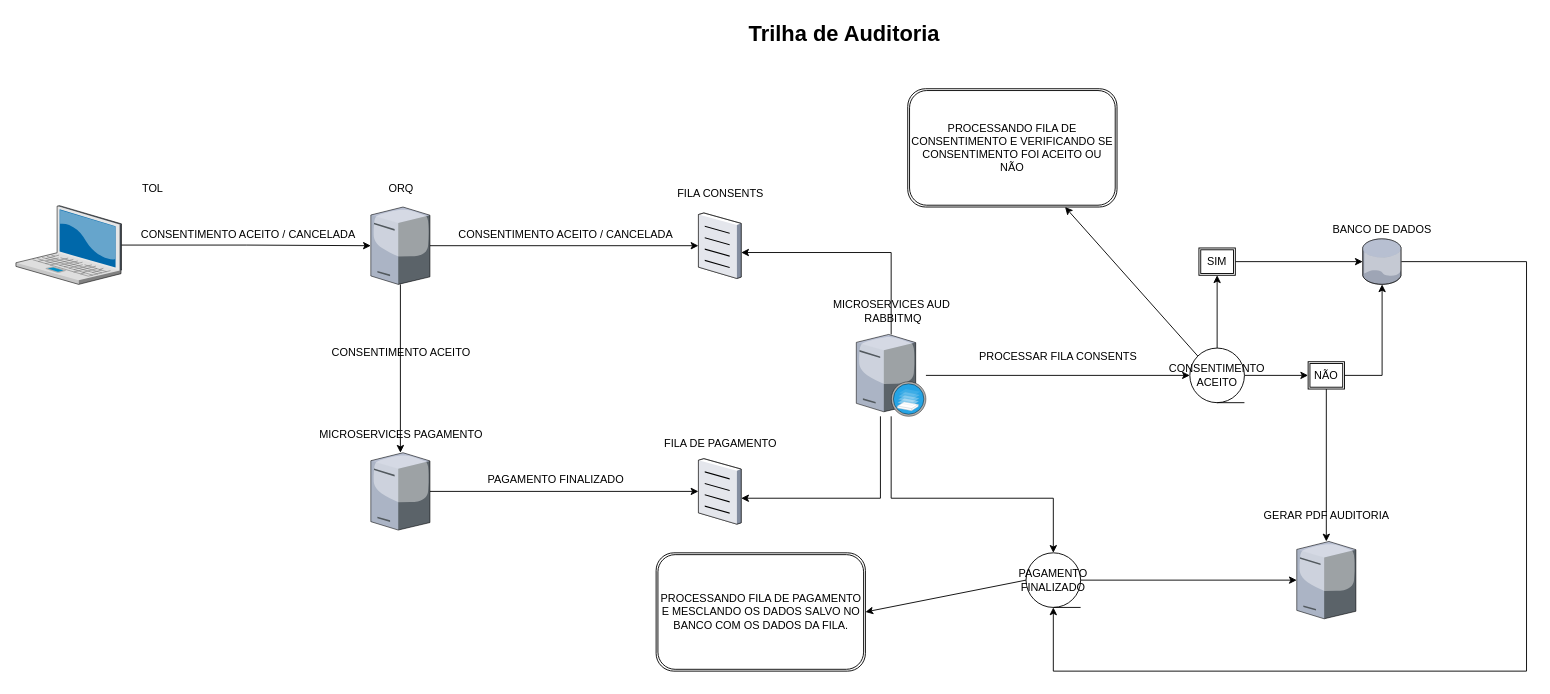
jhonathangimenes/RabbitMQ keeps this draw.io diagram as Untitled Diagram.drawio. Above is the earlier version. Source tidied: cells renumbered, new cells numbered last; positions are measured from the earlier drawing's top-left corner, leaving out a move shared by most shapes. Both pictures are drawn from the tidied source at 91%, with x=0, y=0 at pixel (15, 15).
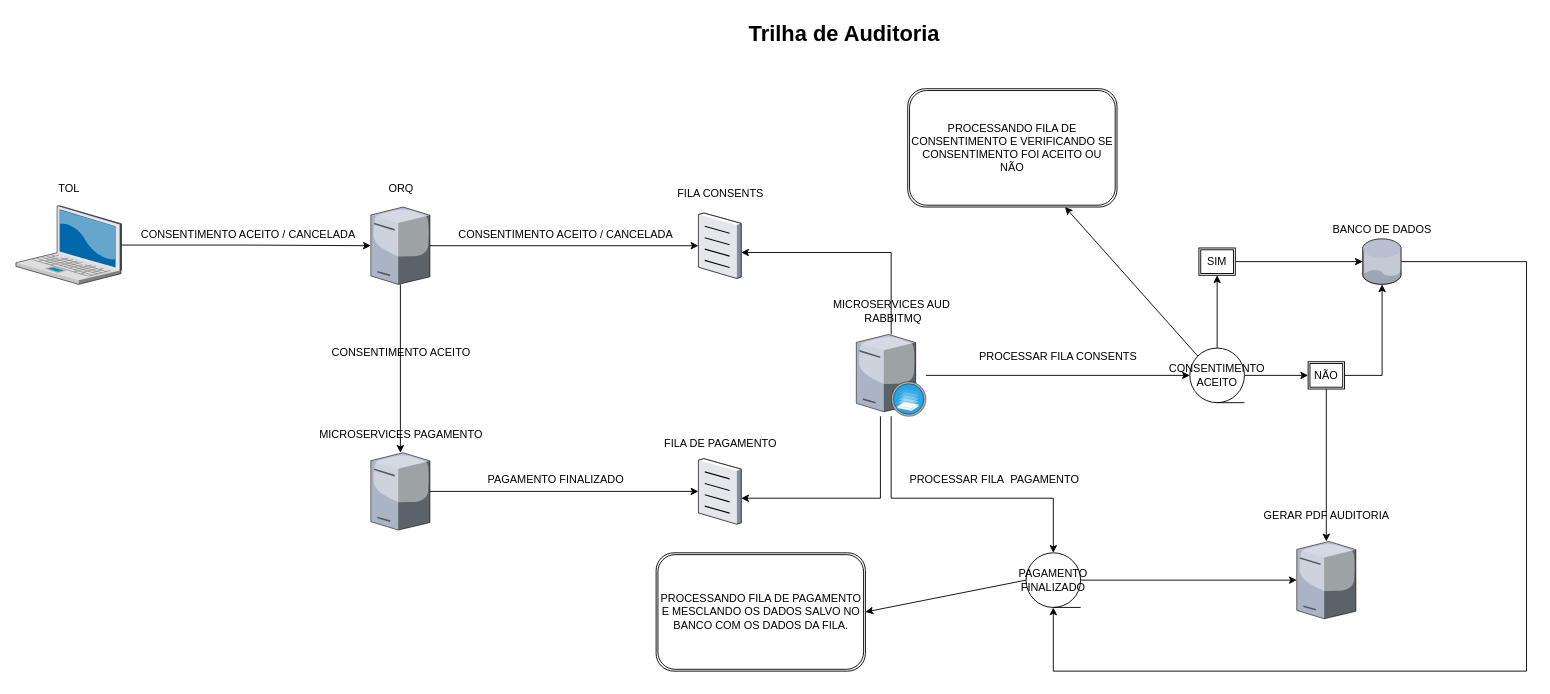
The same page after the edit.

Change to the diagram source:
```diff
@@
     <mxCell id="8" value="TOL" style="text;html=1;align=center;verticalAlign=middle;strokeColor=none;fillColor=none;" parent="1" vertex="1">
-      <mxGeometry x="130" y="180" width="40" height="20" as="geometry" />
+      <mxGeometry x="38" y="180" width="40" height="20" as="geometry" />
     </mxCell>
@@
+    <mxCell id="47" value="PROCESSAR FILA&amp;nbsp; PAGAMENTO" style="text;html=1;align=center;verticalAlign=middle;strokeColor=none;fillColor=none;" parent="1" vertex="1">
+      <mxGeometry x="975" y="500" width="200" height="20" as="geometry" />
+    </mxCell>
```
